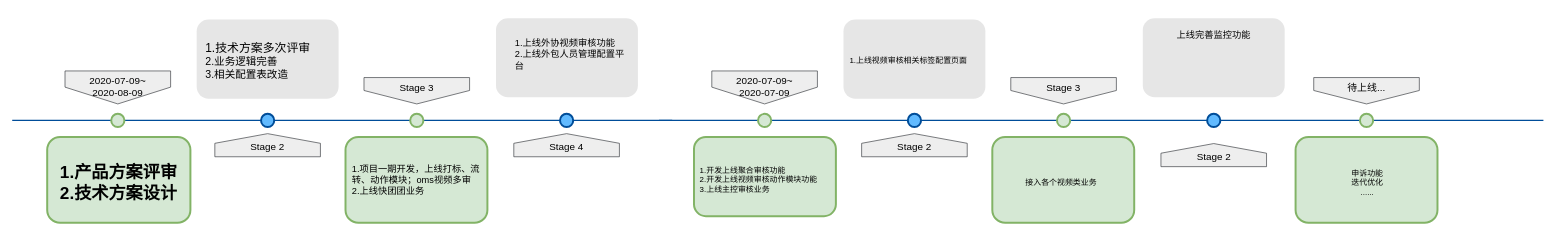
The draw.io diagram 架构设计/项目周期图.drawio in haiyunzhu/javaKnowledge, before the edit. Source tidied: cells renumbered, new cells numbered last; positions are measured from the earlier drawing's top-left corner, leaving out a move shared by most shapes. Both pictures are drawn from the tidied source at 66%, with x=0, y=0 at pixel (12, 18).
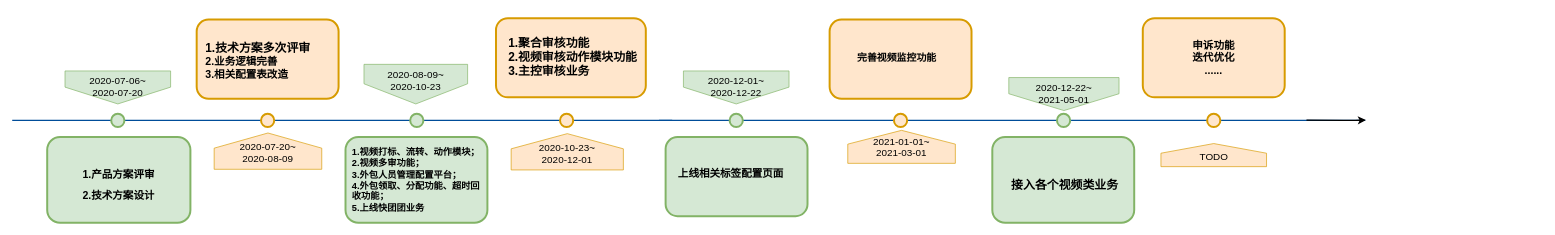
The same page after the edit.

Commit message:
项目周期图.drawio

The edit, as a diff of the source:
```diff
@@
-    <mxCell id="3" value="2020-07-09~&lt;br&gt;2020-08-09" style="shape=offPageConnector;whiteSpace=wrap;html=1;fillColor=#eeeeee;fontSize=15;size=0.5093750000000015;verticalAlign=top;strokeColor=#36393d;" parent="1" vertex="1">
+    <mxCell id="3" value="2020-07-06~&lt;br&gt;2020-07-20" style="shape=offPageConnector;whiteSpace=wrap;html=1;fillColor=#d5e8d4;fontSize=15;size=0.5093750000000015;verticalAlign=top;strokeColor=#82b366;" parent="1" vertex="1">
       <mxGeometry x="80" y="80" width="160" height="50" as="geometry" />
     </mxCell>
-    <mxCell id="4" value="&lt;span&gt;Stage 3&lt;/span&gt;" style="shape=offPageConnector;whiteSpace=wrap;html=1;fillColor=#eeeeee;fontSize=15;size=0.5093750000000015;verticalAlign=top;strokeColor=#36393d;" parent="1" vertex="1">
-      <mxGeometry x="533" y="90" width="160" height="40" as="geometry" />
+    <mxCell id="4" value="&lt;span&gt;2020-08-09~&lt;br&gt;2020-10-23&lt;/span&gt;" style="shape=offPageConnector;whiteSpace=wrap;html=1;fillColor=#d5e8d4;fontSize=15;size=0.5093750000000015;verticalAlign=top;strokeColor=#82b366;" parent="1" vertex="1">
+      <mxGeometry x="533" y="70" width="157" height="60" as="geometry" />
     </mxCell>
-    <mxCell id="5" value="&lt;span&gt;Stage 2&lt;/span&gt;" style="shape=offPageConnector;whiteSpace=wrap;html=1;fillColor=#eeeeee;fontSize=15;size=0.4178571428571445;flipV=1;verticalAlign=bottom;strokeColor=#36393d;spacingBottom=4;" parent="1" vertex="1">
-      <mxGeometry x="307" y="175" width="160" height="35" as="geometry" />
+    <mxCell id="5" value="&lt;span&gt;2020-07-20~&lt;br&gt;2020-08-09&lt;br&gt;&lt;/span&gt;" style="shape=offPageConnector;whiteSpace=wrap;html=1;fillColor=#ffe6cc;fontSize=15;size=0.4178571428571445;flipV=1;verticalAlign=bottom;strokeColor=#d79b00;spacingBottom=4;" parent="1" vertex="1">
+      <mxGeometry x="306" y="174" width="163" height="55" as="geometry" />
     </mxCell>
-    <mxCell id="6" value="&lt;span&gt;Stage 4&lt;/span&gt;" style="shape=offPageConnector;whiteSpace=wrap;html=1;fillColor=#eeeeee;fontSize=15;size=0.4178571428571445;flipV=1;verticalAlign=bottom;strokeColor=#36393d;spacingBottom=4;" parent="1" vertex="1">
-      <mxGeometry x="760" y="175" width="160" height="35" as="geometry" />
+    <mxCell id="6" value="&lt;span&gt;2020-10-23~&lt;br&gt;2020-12-01&lt;br&gt;&lt;/span&gt;" style="shape=offPageConnector;whiteSpace=wrap;html=1;fillColor=#ffe6cc;fontSize=15;size=0.4178571428571445;flipV=1;verticalAlign=bottom;strokeColor=#d79b00;spacingBottom=4;" parent="1" vertex="1">
+      <mxGeometry x="756" y="175" width="170" height="55" as="geometry" />
     </mxCell>
@@
-    <mxCell id="8" style="ellipse;whiteSpace=wrap;html=1;fillColor=#61BAFF;fontSize=28;fontColor=#004D99;strokeWidth=3;strokeColor=#004D99;" parent="1" vertex="1">
+    <mxCell id="8" style="ellipse;whiteSpace=wrap;html=1;fillColor=#ffe6cc;fontSize=28;strokeWidth=3;strokeColor=#d79b00;" parent="1" vertex="1">
       <mxGeometry x="377" y="145" width="20" height="20" as="geometry" />
     </mxCell>
@@
-    <mxCell id="10" style="ellipse;whiteSpace=wrap;html=1;fillColor=#61BAFF;fontSize=28;fontColor=#004D99;strokeWidth=3;strokeColor=#004D99;" parent="1" vertex="1">
+    <mxCell id="10" style="ellipse;whiteSpace=wrap;html=1;fillColor=#ffe6cc;fontSize=28;strokeWidth=3;strokeColor=#d79b00;" parent="1" vertex="1">
       <mxGeometry x="830" y="145" width="20" height="20" as="geometry" />
     </mxCell>
-    <mxCell id="11" value="&lt;h1&gt;&lt;div&gt;&lt;br&gt;&lt;/div&gt;&lt;div&gt;1.产品方案评审&lt;/div&gt;&lt;div&gt;2.技术方案设计&lt;/div&gt;&lt;/h1&gt;" style="text;html=1;spacing=5;spacingTop=-20;whiteSpace=wrap;overflow=hidden;strokeColor=#82b366;strokeWidth=3;fillColor=#d5e8d4;fontSize=13;align=center;rounded=1;" parent="1" vertex="1">
+    <mxCell id="11" value="&lt;h1&gt;&lt;div&gt;&lt;font style=&quot;font-size: 24px&quot;&gt;&lt;br&gt;&lt;/font&gt;&lt;/div&gt;&lt;div&gt;&lt;font size=&quot;3&quot;&gt;1.产品方案评审&lt;/font&gt;&lt;/div&gt;&lt;div&gt;&lt;font size=&quot;3&quot;&gt;2.技术方案设计&lt;/font&gt;&lt;/div&gt;&lt;/h1&gt;" style="text;html=1;spacing=5;spacingTop=-20;whiteSpace=wrap;overflow=hidden;strokeColor=#82b366;strokeWidth=3;fillColor=#d5e8d4;fontSize=13;align=center;rounded=1;" parent="1" vertex="1">
       <mxGeometry x="53" y="180" width="217" height="130" as="geometry" />
     </mxCell>
@@
-    <mxCell id="13" value="&lt;h1&gt;&lt;br&gt;&lt;/h1&gt;" style="text;html=1;spacing=5;spacingTop=-20;whiteSpace=wrap;overflow=hidden;strokeColor=none;strokeWidth=3;fillColor=#E6E6E6;fontSize=13;fontColor=#000000;align=center;rounded=1;" parent="1" vertex="1">
-      <mxGeometry x="733" width="215" height="120" as="geometry" />
+    <mxCell id="13" value="&lt;h1&gt;&lt;br&gt;&lt;/h1&gt;" style="text;html=1;spacing=5;spacingTop=-20;whiteSpace=wrap;overflow=hidden;strokeColor=#d79b00;strokeWidth=3;fillColor=#ffe6cc;fontSize=13;align=center;rounded=1;" parent="1" vertex="1">
+      <mxGeometry x="733" width="227" height="120" as="geometry" />
     </mxCell>
-    <mxCell id="14" value="&lt;font style=&quot;font-size: 14px&quot;&gt;1.项目一期开发，上线打标、流转、动作模块；oms视频多审&lt;br&gt;2.上线快团团业务&lt;/font&gt;" style="text;html=1;strokeColor=none;fillColor=none;align=left;verticalAlign=middle;whiteSpace=wrap;rounded=0;" parent="1" vertex="1">
+    <mxCell id="14" value="&lt;font style=&quot;font-size: 14px&quot;&gt;&lt;b&gt;1.视频打标、流转、动作模块；&lt;br&gt;2.视频多审功能；&lt;br&gt;3.外包人员管理配置平台；&lt;br&gt;4.外包领取、分配功能、超时回收功能；&lt;br&gt;5.上线快团团业务&lt;/b&gt;&lt;/font&gt;" style="text;html=1;strokeColor=none;fillColor=none;align=left;verticalAlign=middle;whiteSpace=wrap;rounded=0;" parent="1" vertex="1">
       <mxGeometry x="512.5" y="190" width="197.5" height="110" as="geometry" />
     </mxCell>
-    <mxCell id="15" value="&lt;h1&gt;&lt;br&gt;&lt;/h1&gt;" style="text;html=1;spacing=5;spacingTop=-20;whiteSpace=wrap;overflow=hidden;strokeColor=none;strokeWidth=3;fillColor=#E6E6E6;fontSize=13;fontColor=#000000;align=center;rounded=1;" parent="1" vertex="1">
+    <mxCell id="15" value="&lt;h1&gt;&lt;br&gt;&lt;/h1&gt;" style="text;html=1;spacing=5;spacingTop=-20;whiteSpace=wrap;overflow=hidden;strokeColor=#d79b00;strokeWidth=3;fillColor=#ffe6cc;fontSize=13;align=center;rounded=1;" parent="1" vertex="1">
       <mxGeometry x="279.5" y="2" width="215" height="120" as="geometry" />
     </mxCell>
-    <mxCell id="16" value="&lt;div style=&quot;text-align: left&quot;&gt;&lt;font style=&quot;font-size: 18px&quot;&gt;&lt;span style=&quot;text-align: center&quot;&gt;1.&lt;/span&gt;&lt;span style=&quot;font-family: &amp;#34;helvetica&amp;#34; ; text-align: center&quot;&gt;技术方案多次评审&lt;/span&gt;&lt;/font&gt;&lt;/div&gt;&lt;font size=&quot;3&quot;&gt;&lt;span style=&quot;font-family: &amp;#34;helvetica&amp;#34; ; text-align: center&quot;&gt;2.业务逻辑完善&lt;br&gt;&lt;/span&gt;&lt;span style=&quot;font-family: &amp;#34;helvetica&amp;#34; ; text-align: center&quot;&gt;3.相关配置表改造&lt;/span&gt;&lt;/font&gt;&lt;span style=&quot;font-family: &amp;#34;helvetica&amp;#34; ; font-size: 13px ; text-align: center&quot;&gt;&lt;br&gt;&lt;/span&gt;" style="text;html=1;strokeColor=none;fillColor=none;align=left;verticalAlign=middle;whiteSpace=wrap;rounded=0;" parent="1" vertex="1">
+    <mxCell id="16" value="&lt;div style=&quot;text-align: left&quot;&gt;&lt;font style=&quot;font-size: 18px&quot;&gt;&lt;b&gt;&lt;span style=&quot;text-align: center&quot;&gt;1.&lt;/span&gt;&lt;span style=&quot;font-family: &amp;#34;helvetica&amp;#34; ; text-align: center&quot;&gt;技术方案多次评审&lt;/span&gt;&lt;/b&gt;&lt;/font&gt;&lt;/div&gt;&lt;font size=&quot;3&quot;&gt;&lt;b&gt;&lt;span style=&quot;font-family: &amp;#34;helvetica&amp;#34; ; text-align: center&quot;&gt;2.业务逻辑完善&lt;br&gt;&lt;/span&gt;&lt;span style=&quot;font-family: &amp;#34;helvetica&amp;#34; ; text-align: center&quot;&gt;3.相关配置表改造&lt;/span&gt;&lt;/b&gt;&lt;/font&gt;&lt;span style=&quot;font-family: &amp;#34;helvetica&amp;#34; ; font-size: 13px ; text-align: center&quot;&gt;&lt;br&gt;&lt;/span&gt;" style="text;html=1;strokeColor=none;fillColor=none;align=left;verticalAlign=middle;whiteSpace=wrap;rounded=0;" parent="1" vertex="1">
       <mxGeometry x="291" y="20" width="190" height="90" as="geometry" />
     </mxCell>
     <mxCell id="17" style="line;strokeWidth=2;html=1;fillColor=none;fontSize=28;fontColor=#004D99;strokeColor=#004D99;" parent="1" vertex="1">
-      <mxGeometry x="980" y="150" width="1340" height="10" as="geometry" />
+      <mxGeometry x="980" y="150" width="1070" height="10" as="geometry" />
     </mxCell>
-    <mxCell id="18" value="2020-07-09~&lt;br&gt;2020-07-09" style="shape=offPageConnector;whiteSpace=wrap;html=1;fillColor=#eeeeee;fontSize=15;size=0.5093750000000015;verticalAlign=top;strokeColor=#36393d;" parent="1" vertex="1">
-      <mxGeometry x="1060" y="80" width="160" height="50" as="geometry" />
+    <mxCell id="18" value="2020-12-01~&lt;br&gt;2020-12-22" style="shape=offPageConnector;whiteSpace=wrap;html=1;fillColor=#d5e8d4;fontSize=15;size=0.5093750000000015;verticalAlign=top;strokeColor=#82b366;" parent="1" vertex="1">
+      <mxGeometry x="1017" y="80" width="160" height="50" as="geometry" />
     </mxCell>
-    <mxCell id="19" value="&lt;span&gt;Stage 3&lt;/span&gt;" style="shape=offPageConnector;whiteSpace=wrap;html=1;fillColor=#eeeeee;fontSize=15;size=0.5093750000000015;verticalAlign=top;strokeColor=#36393d;" parent="1" vertex="1">
-      <mxGeometry x="1513" y="90" width="160" height="40" as="geometry" />
+    <mxCell id="19" value="&lt;span&gt;&lt;div&gt;2020-12-22~&lt;/div&gt;&lt;div&gt;2021-05-01&lt;/div&gt;&lt;/span&gt;" style="shape=offPageConnector;whiteSpace=wrap;html=1;fillColor=#d5e8d4;fontSize=15;size=0.5093750000000015;verticalAlign=top;strokeColor=#82b366;" parent="1" vertex="1">
+      <mxGeometry x="1510" y="90" width="167" height="50" as="geometry" />
     </mxCell>
-    <mxCell id="20" value="&lt;span&gt;Stage 2&lt;/span&gt;" style="shape=offPageConnector;whiteSpace=wrap;html=1;fillColor=#eeeeee;fontSize=15;size=0.4178571428571445;flipV=1;verticalAlign=bottom;strokeColor=#36393d;spacingBottom=4;" parent="1" vertex="1">
-      <mxGeometry x="1287" y="175" width="160" height="35" as="geometry" />
+    <mxCell id="20" value="2021-01-01~&lt;br&gt;2021-03-01&lt;span&gt;&lt;br&gt;&lt;/span&gt;" style="shape=offPageConnector;whiteSpace=wrap;html=1;fillColor=#ffe6cc;fontSize=15;size=0.4178571428571445;flipV=1;verticalAlign=bottom;strokeColor=#d79b00;spacingBottom=4;" parent="1" vertex="1">
+      <mxGeometry x="1266" y="170" width="163" height="50" as="geometry" />
     </mxCell>
     <mxCell id="21" style="ellipse;whiteSpace=wrap;html=1;fillColor=#d5e8d4;fontSize=28;strokeWidth=3;strokeColor=#82b366;" parent="1" vertex="1">
-      <mxGeometry x="1130" y="145" width="20" height="20" as="geometry" />
+      <mxGeometry x="1087" y="145" width="20" height="20" as="geometry" />
     </mxCell>
-    <mxCell id="22" style="ellipse;whiteSpace=wrap;html=1;fillColor=#61BAFF;fontSize=28;fontColor=#004D99;strokeWidth=3;strokeColor=#004D99;" parent="1" vertex="1">
-      <mxGeometry x="1357" y="145" width="20" height="20" as="geometry" />
+    <mxCell id="22" style="ellipse;whiteSpace=wrap;html=1;fillColor=#ffe6cc;fontSize=28;strokeWidth=3;strokeColor=#d79b00;" parent="1" vertex="1">
+      <mxGeometry x="1336" y="145" width="20" height="20" as="geometry" />
     </mxCell>
@@
-    <mxCell id="24" style="ellipse;whiteSpace=wrap;html=1;fillColor=#d5e8d4;fontSize=28;strokeWidth=3;strokeColor=#82b366;" parent="1" vertex="1">
-      <mxGeometry x="2042" y="145" width="20" height="20" as="geometry" />
-    </mxCell>
     <mxCell id="25" value="&lt;h1&gt;&lt;br&gt;&lt;/h1&gt;" style="text;html=1;spacing=5;spacingTop=-20;whiteSpace=wrap;overflow=hidden;strokeColor=#82b366;strokeWidth=3;fillColor=#d5e8d4;fontSize=13;align=center;rounded=1;" parent="1" vertex="1">
-      <mxGeometry x="1033" y="180" width="215" height="120" as="geometry" />
+      <mxGeometry x="990" y="180" width="215" height="120" as="geometry" />
     </mxCell>
@@
-    <mxCell id="27" value="&lt;h1&gt;&lt;span style=&quot;font-size: 14px ; font-weight: 400 ; text-align: left&quot;&gt;上线完善监控功能&lt;/span&gt;&lt;br&gt;&lt;/h1&gt;" style="text;html=1;spacing=5;spacingTop=-20;whiteSpace=wrap;overflow=hidden;strokeColor=none;strokeWidth=3;fillColor=#E6E6E6;fontSize=13;fontColor=#000000;align=center;rounded=1;" parent="1" vertex="1">
+    <mxCell id="27" value="&lt;h1&gt;&lt;br&gt;&lt;/h1&gt;" style="text;html=1;spacing=5;spacingTop=-20;whiteSpace=wrap;overflow=hidden;strokeColor=#d79b00;strokeWidth=3;fillColor=#ffe6cc;fontSize=13;align=center;rounded=1;" parent="1" vertex="1">
       <mxGeometry x="1713" width="215" height="120" as="geometry" />
     </mxCell>
-    <mxCell id="28" value="&lt;h1&gt;&lt;br&gt;&lt;/h1&gt;" style="text;html=1;spacing=5;spacingTop=-20;whiteSpace=wrap;overflow=hidden;strokeColor=none;strokeWidth=3;fillColor=#E6E6E6;fontSize=13;fontColor=#000000;align=center;rounded=1;" parent="1" vertex="1">
-      <mxGeometry x="1259.5" y="2" width="215" height="120" as="geometry" />
+    <mxCell id="28" value="&lt;h1&gt;&lt;br&gt;&lt;/h1&gt;" style="text;html=1;spacing=5;spacingTop=-20;whiteSpace=wrap;overflow=hidden;strokeColor=#d79b00;strokeWidth=3;fillColor=#ffe6cc;fontSize=13;align=center;rounded=1;" parent="1" vertex="1">
+      <mxGeometry x="1238.5" y="2" width="215" height="120" as="geometry" />
     </mxCell>
-    <mxCell id="29" value="&lt;font style=&quot;font-size: 14px&quot;&gt;1.上线外协视频审核功能&lt;br&gt;2.上线外包人员管理配置平台&lt;/font&gt;" style="text;html=1;strokeColor=none;fillColor=none;align=left;verticalAlign=middle;whiteSpace=wrap;rounded=0;" parent="1" vertex="1">
-      <mxGeometry x="760" y="10" width="170" height="90" as="geometry" />
-    </mxCell>
-    <mxCell id="30" value="1.开发上线聚合审核功能&lt;br&gt;2.开发上线视频审核动作模块功能&lt;br&gt;3.上线主控审核业务" style="text;html=1;strokeColor=none;fillColor=none;align=left;verticalAlign=middle;whiteSpace=wrap;rounded=0;" parent="1" vertex="1">
-      <mxGeometry x="1040" y="210" width="190" height="70" as="geometry" />
+    <mxCell id="30" value="&lt;font style=&quot;font-size: 18px&quot;&gt;&lt;b style=&quot;line-height: 70%&quot;&gt;1.聚合审核功能&lt;br&gt;2.视频审核动作模块功能&lt;br&gt;3.主控审核业务&lt;/b&gt;&lt;/font&gt;" style="text;html=1;strokeColor=none;fillColor=none;align=left;verticalAlign=middle;whiteSpace=wrap;rounded=0;" parent="1" vertex="1">
+      <mxGeometry x="750" y="20" width="200" height="80" as="geometry" />
     </mxCell>
-    <mxCell id="31" value="1.上线视频审核相关标签配置页面" style="text;html=1;strokeColor=none;fillColor=none;align=left;verticalAlign=middle;whiteSpace=wrap;rounded=0;" parent="1" vertex="1">
-      <mxGeometry x="1267" y="30" width="180" height="70" as="geometry" />
+    <mxCell id="31" value="&lt;font style=&quot;font-size: 16px&quot;&gt;&lt;b&gt;上线相关标签配置页面&lt;/b&gt;&lt;/font&gt;" style="text;html=1;strokeColor=none;fillColor=none;align=left;verticalAlign=middle;whiteSpace=wrap;rounded=0;" parent="1" vertex="1">
+      <mxGeometry x="1007" y="200" width="180" height="70" as="geometry" />
     </mxCell>
-    <mxCell id="32" value="&lt;span&gt;待上线...&lt;/span&gt;" style="shape=offPageConnector;whiteSpace=wrap;html=1;fillColor=#eeeeee;fontSize=15;size=0.5093750000000015;verticalAlign=top;strokeColor=#36393d;" parent="1" vertex="1">
-      <mxGeometry x="1972" y="90" width="160" height="40" as="geometry" />
-    </mxCell>
-    <mxCell id="33" style="ellipse;whiteSpace=wrap;html=1;fillColor=#61BAFF;fontSize=28;fontColor=#004D99;strokeWidth=3;strokeColor=#004D99;" parent="1" vertex="1">
+    <mxCell id="33" style="ellipse;whiteSpace=wrap;html=1;fillColor=#ffe6cc;fontSize=28;strokeWidth=3;strokeColor=#d79b00;" parent="1" vertex="1">
       <mxGeometry x="1810.5" y="145" width="20" height="20" as="geometry" />
     </mxCell>
-    <mxCell id="34" value="&lt;h1&gt;&lt;br&gt;&lt;/h1&gt;" style="text;html=1;spacing=5;spacingTop=-20;whiteSpace=wrap;overflow=hidden;strokeColor=#82b366;strokeWidth=3;fillColor=#d5e8d4;fontSize=13;align=center;rounded=1;" parent="1" vertex="1">
-      <mxGeometry x="1944.5" y="180" width="215" height="130" as="geometry" />
-    </mxCell>
-    <mxCell id="35" value="接入各个视频类业务" style="text;html=1;strokeColor=none;fillColor=none;align=center;verticalAlign=middle;whiteSpace=wrap;rounded=0;" parent="1" vertex="1">
-      <mxGeometry x="1506" y="215" width="167" height="70" as="geometry" />
-    </mxCell>
-    <mxCell id="36" value="申诉功能&lt;br&gt;迭代优化&lt;br&gt;......" style="text;html=1;strokeColor=none;fillColor=none;align=center;verticalAlign=middle;whiteSpace=wrap;rounded=0;" parent="1" vertex="1">
-      <mxGeometry x="1990" y="220" width="127" height="60" as="geometry" />
+    <mxCell id="36" value="&lt;font style=&quot;font-size: 16px&quot;&gt;&lt;b&gt;申诉功能&lt;br&gt;迭代优化&lt;br&gt;......&lt;/b&gt;&lt;/font&gt;" style="text;html=1;strokeColor=none;fillColor=none;align=center;verticalAlign=middle;whiteSpace=wrap;rounded=0;" parent="1" vertex="1">
+      <mxGeometry x="1757" y="30" width="127" height="60" as="geometry" />
     </mxCell>
-    <mxCell id="37" value="&lt;span&gt;Stage 2&lt;/span&gt;" style="shape=offPageConnector;whiteSpace=wrap;html=1;fillColor=#eeeeee;fontSize=15;size=0.4178571428571445;flipV=1;verticalAlign=bottom;strokeColor=#36393d;spacingBottom=4;" parent="1" vertex="1">
+    <mxCell id="37" value="TODO" style="shape=offPageConnector;whiteSpace=wrap;html=1;fillColor=#ffe6cc;fontSize=15;size=0.4178571428571445;flipV=1;verticalAlign=bottom;strokeColor=#d79b00;spacingBottom=4;" parent="1" vertex="1">
       <mxGeometry x="1740.5" y="190" width="160" height="35" as="geometry" />
     </mxCell>
+    <mxCell id="38" style="endArrow=classic;html=1;strokeWidth=2;" parent="1" edge="1">
+      <mxGeometry relative="1" as="geometry">
+        <mxPoint x="1961" y="154.5" as="sourcePoint" />
+        <mxPoint x="2051" y="154.5" as="targetPoint" />
+        <Array as="points">
+          <mxPoint x="2027" y="155" />
+        </Array>
+      </mxGeometry>
+    </mxCell>
+    <mxCell id="35" value="&lt;b&gt;&lt;font style=&quot;font-size: 18px&quot;&gt;接入各个视频类业务&lt;/font&gt;&lt;/b&gt;" style="text;html=1;strokeColor=none;fillColor=none;align=center;verticalAlign=middle;whiteSpace=wrap;rounded=0;" parent="1" vertex="1">
+      <mxGeometry x="1510" y="225" width="170" height="55" as="geometry" />
+    </mxCell>
+    <mxCell id="39" value="&lt;font style=&quot;font-size: 15px&quot;&gt;&lt;b&gt;完善视频监控功能&lt;/b&gt;&lt;/font&gt;" style="text;html=1;strokeColor=none;fillColor=none;align=center;verticalAlign=middle;whiteSpace=wrap;rounded=0;" parent="1" vertex="1">
+      <mxGeometry x="1279" y="30" width="123" height="60" as="geometry" />
+    </mxCell>
```
